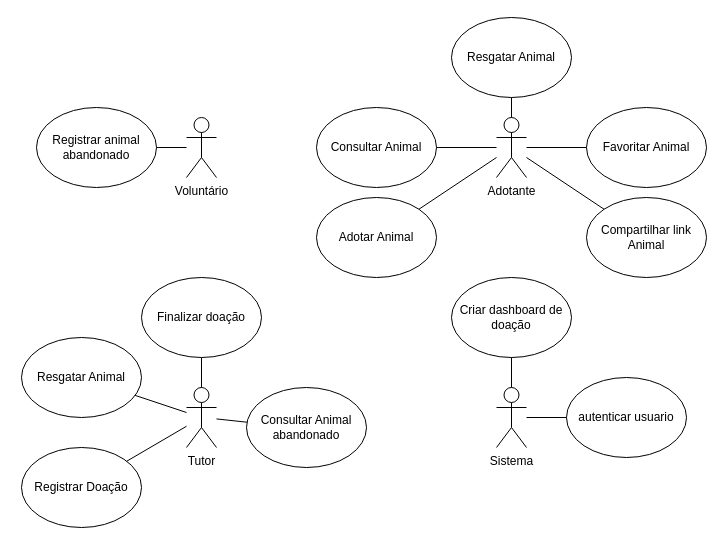
JoaoGans/DRAW.tcc keeps this draw.io diagram as diagrama de caso de uso.drawio. Above is the earlier version. Source tidied: cells renumbered, new cells numbered last; positions are measured from the earlier drawing's top-left corner, leaving out a move shared by most shapes. Both pictures are drawn from the tidied source at 100%, with x=0, y=0 at pixel (21, 17).
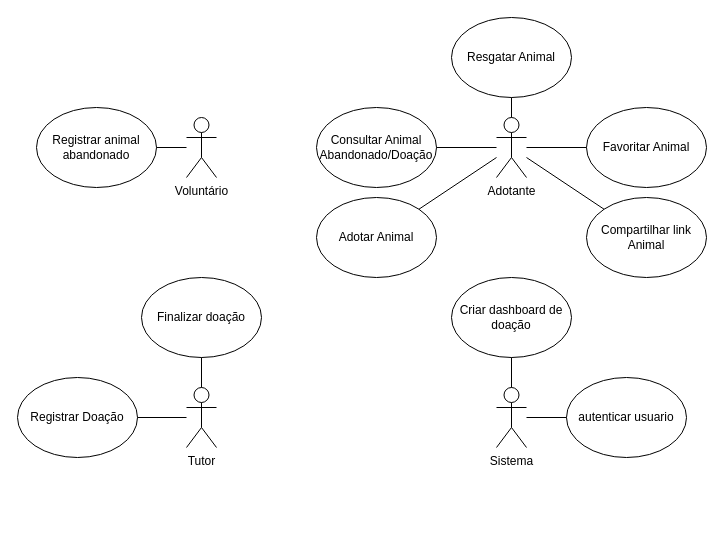
After the change.

The change refers to these unchanged cells:
```xml
<mxCell id="16" value="Tutor" style="shape=umlActor;verticalLabelPosition=bottom;verticalAlign=top;html=1;outlineConnect=0;" parent="1" vertex="1">
  <mxGeometry x="165" y="370" width="30" height="60" as="geometry" />
</mxCell>
```

Change to the diagram source:
```diff
@@
-    <mxCell id="9" value="Consultar Animal" style="ellipse;whiteSpace=wrap;html=1;" parent="1" vertex="1">
+    <mxCell id="9" value="Consultar Animal&lt;br&gt;Abandonado/Doação" style="ellipse;whiteSpace=wrap;html=1;" parent="1" vertex="1">
       <mxGeometry x="295" y="90" width="120" height="80" as="geometry" />
     </mxCell>
@@
-    <mxCell id="18" value="Resgatar Animal" style="ellipse;whiteSpace=wrap;html=1;" parent="1" vertex="1">
-      <mxGeometry y="320" width="120" height="80" as="geometry" />
-    </mxCell>
     <mxCell id="19" value="Registrar Doação" style="ellipse;whiteSpace=wrap;html=1;" parent="1" vertex="1">
-      <mxGeometry y="430" width="120" height="80" as="geometry" />
+      <mxGeometry x="-4" y="360" width="120" height="80" as="geometry" />
     </mxCell>
-    <mxCell id="20" value="Consultar Animal abandonado" style="ellipse;whiteSpace=wrap;html=1;" parent="1" vertex="1">
-      <mxGeometry x="225" y="370" width="120" height="80" as="geometry" />
-    </mxCell>
@@
-    <mxCell id="22" style="endArrow=none;html=1;rounded=0;" parent="1" edge="1" source="18" target="16">
-      <mxGeometry relative="1" as="geometry" />
-    </mxCell>
@@
-    <mxCell id="24" style="endArrow=none;html=1;rounded=0;" parent="1" edge="1" source="20" target="16">
-      <mxGeometry relative="1" as="geometry" />
-    </mxCell>
```
